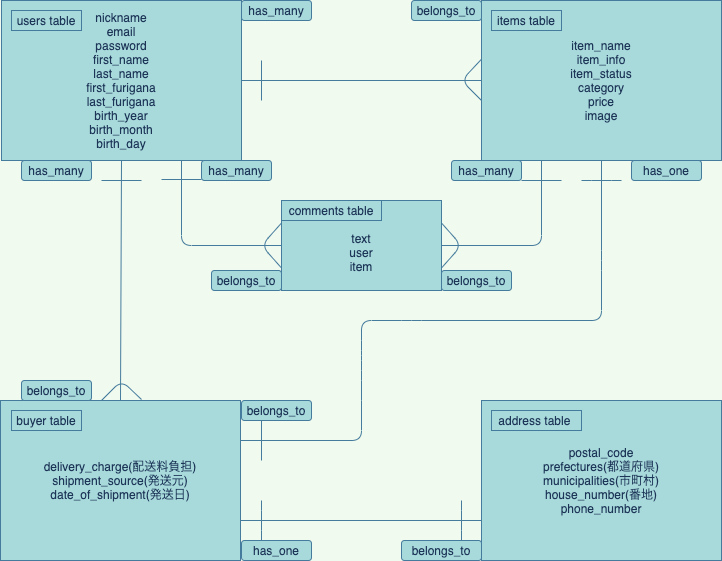
Earlier version of the draw.io export furima_ER.drawio.png (Catastor/furima-30441). Source tidied: cells renumbered, new cells last; positions are measured from the earlier drawing's top-left corner, leaving out a move shared by most shapes.
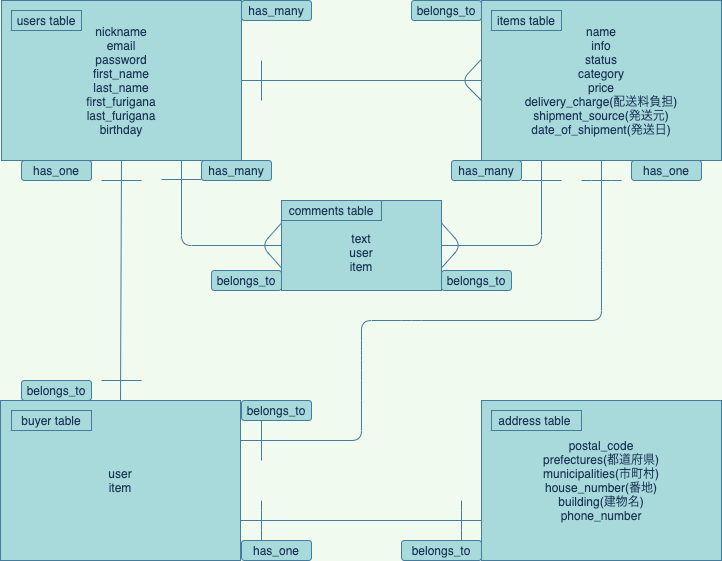
Above is the later version.

Diff of the diagram source:
```diff
@@ -2,10 +2,10 @@
   <root>
     <mxCell id="0" />
     <mxCell id="1" parent="0" />
-    <mxCell id="2" value="nickname&lt;br&gt;email&lt;br&gt;password&lt;br&gt;first_name&lt;br&gt;last_name&lt;br&gt;first_furigana&lt;br&gt;last_furigana&lt;br&gt;birth_year&lt;br&gt;birth_month&lt;br&gt;birth_day" style="rounded=0;whiteSpace=wrap;html=1;fillColor=#A8DADC;strokeColor=#457B9D;fontColor=#1D3557;" parent="1" vertex="1">
+    <mxCell id="2" value="nickname&lt;br&gt;email&lt;br&gt;password&lt;br&gt;first_name&lt;br&gt;last_name&lt;br&gt;first_furigana&lt;br&gt;last_furigana&lt;br&gt;birthday" style="rounded=0;whiteSpace=wrap;html=1;fillColor=#A8DADC;strokeColor=#457B9D;fontColor=#1D3557;" parent="1" vertex="1">
       <mxGeometry x="1" width="240" height="160" as="geometry" />
     </mxCell>
-    <mxCell id="3" value="item_name&lt;br&gt;item_info&lt;br&gt;item_status&lt;br&gt;category&lt;br&gt;price&lt;br&gt;image" style="rounded=0;whiteSpace=wrap;html=1;fillColor=#A8DADC;strokeColor=#457B9D;fontColor=#1D3557;" parent="1" vertex="1">
+    <mxCell id="3" value="name&lt;br&gt;info&lt;br&gt;status&lt;br&gt;category&lt;br&gt;price&lt;br&gt;delivery_charge(配送料負担)&lt;br&gt;shipment_source(発送元)&lt;br&gt;date_of_shipment(発送日)" style="rounded=0;whiteSpace=wrap;html=1;fillColor=#A8DADC;strokeColor=#457B9D;fontColor=#1D3557;" parent="1" vertex="1">
       <mxGeometry x="481" width="240" height="160" as="geometry" />
     </mxCell>
     <mxCell id="4" style="endArrow=none;html=1;exitX=1;exitY=0.5;exitDx=0;exitDy=0;entryX=0;entryY=0.5;entryDx=0;entryDy=0;labelBackgroundColor=#F1FAEE;strokeColor=#457B9D;fontColor=#1D3557;" parent="1" edge="1" source="2" target="3">
@@ -14,10 +14,10 @@
     <mxCell id="5" value="&lt;br&gt;text&lt;br&gt;user&lt;br&gt;item" style="rounded=0;whiteSpace=wrap;html=1;fillColor=#A8DADC;strokeColor=#457B9D;fontColor=#1D3557;" parent="1" vertex="1">
       <mxGeometry x="281" y="200" width="160" height="90" as="geometry" />
     </mxCell>
-    <mxCell id="6" value="postal_code&lt;br&gt;prefectures(都道府県)&lt;br&gt;municipalities(市町村)&lt;br&gt;house_number(番地)&lt;br&gt;phone_number" style="rounded=0;whiteSpace=wrap;html=1;fillColor=#A8DADC;strokeColor=#457B9D;fontColor=#1D3557;" parent="1" vertex="1">
+    <mxCell id="6" value="postal_code&lt;br&gt;prefectures(都道府県)&lt;br&gt;municipalities(市町村)&lt;br&gt;house_number(番地)&lt;br&gt;building(建物名)&lt;br&gt;phone_number" style="rounded=0;whiteSpace=wrap;html=1;fillColor=#A8DADC;strokeColor=#457B9D;fontColor=#1D3557;" parent="1" vertex="1">
       <mxGeometry x="481" y="400" width="240" height="160" as="geometry" />
     </mxCell>
-    <mxCell id="7" value="delivery_charge(配送料負担)&lt;br&gt;shipment_source(発送元)&lt;br&gt;date_of_shipment(発送日)" style="rounded=0;whiteSpace=wrap;html=1;fillColor=#A8DADC;strokeColor=#457B9D;fontColor=#1D3557;" parent="1" vertex="1">
+    <mxCell id="7" value="user&lt;br&gt;item" style="rounded=0;whiteSpace=wrap;html=1;fillColor=#A8DADC;strokeColor=#457B9D;fontColor=#1D3557;" parent="1" vertex="1">
       <mxGeometry y="400" width="240" height="160" as="geometry" />
     </mxCell>
     <mxCell id="8" style="endArrow=none;html=1;exitX=0.5;exitY=1;exitDx=0;exitDy=0;entryX=0.5;entryY=0;entryDx=0;entryDy=0;labelBackgroundColor=#F1FAEE;strokeColor=#457B9D;fontColor=#1D3557;" parent="1" edge="1" source="2" target="7">
@@ -65,7 +65,7 @@
     <mxCell id="14" value="has_many" style="rounded=1;whiteSpace=wrap;html=1;fillColor=#A8DADC;strokeColor=#457B9D;fontColor=#1D3557;" parent="1" vertex="1">
       <mxGeometry x="241" width="70" height="20" as="geometry" />
     </mxCell>
-    <mxCell id="15" value="has_many" style="rounded=1;whiteSpace=wrap;html=1;fillColor=#A8DADC;strokeColor=#457B9D;fontColor=#1D3557;" parent="1" vertex="1">
+    <mxCell id="15" value="has_one" style="rounded=1;whiteSpace=wrap;html=1;fillColor=#A8DADC;strokeColor=#457B9D;fontColor=#1D3557;" parent="1" vertex="1">
       <mxGeometry x="21" y="160" width="70" height="20" as="geometry" />
     </mxCell>
     <mxCell id="16" value="belongs_to" style="rounded=1;whiteSpace=wrap;html=1;fillColor=#A8DADC;strokeColor=#457B9D;fontColor=#1D3557;" parent="1" vertex="1">
@@ -97,15 +97,6 @@
         <mxPoint x="561" y="180" as="targetPoint" />
       </mxGeometry>
     </mxCell>
-    <mxCell id="21" style="endArrow=none;html=1;labelBackgroundColor=#F1FAEE;strokeColor=#457B9D;fontColor=#1D3557;" parent="1" edge="1">
-      <mxGeometry relative="1" as="geometry">
-        <mxPoint x="101" y="400" as="sourcePoint" />
-        <mxPoint x="141" y="399" as="targetPoint" />
-        <Array as="points">
-          <mxPoint x="121" y="380" />
-        </Array>
-      </mxGeometry>
-    </mxCell>
     <mxCell id="22" style="endArrow=none;html=1;exitX=-0.002;exitY=0.37;exitDx=0;exitDy=0;exitPerimeter=0;labelBackgroundColor=#F1FAEE;strokeColor=#457B9D;fontColor=#1D3557;" parent="1" edge="1" source="3">
       <mxGeometry relative="1" as="geometry">
         <mxPoint x="481" y="100" as="targetPoint" />
@@ -192,7 +183,7 @@
       <mxGeometry x="491" y="10" width="70" height="20" as="geometry" />
     </mxCell>
     <mxCell id="40" value="buyer table" style="rounded=0;whiteSpace=wrap;html=1;fillColor=#A8DADC;strokeColor=#457B9D;fontColor=#1D3557;" parent="1" vertex="1">
-      <mxGeometry x="11" y="410" width="70" height="20" as="geometry" />
+      <mxGeometry x="11" y="410" width="80" height="20" as="geometry" />
     </mxCell>
     <mxCell id="41" value="address table&amp;nbsp;" style="rounded=0;whiteSpace=wrap;html=1;fillColor=#A8DADC;strokeColor=#457B9D;fontColor=#1D3557;" parent="1" vertex="1">
       <mxGeometry x="491" y="410" width="90" height="20" as="geometry" />
@@ -200,5 +191,11 @@
     <mxCell id="42" value="comments table" style="rounded=0;whiteSpace=wrap;html=1;fillColor=#A8DADC;strokeColor=#457B9D;fontColor=#1D3557;" parent="1" vertex="1">
       <mxGeometry x="281" y="200" width="100" height="20" as="geometry" />
     </mxCell>
+    <mxCell id="43" style="endArrow=none;html=1;labelBackgroundColor=#F1FAEE;strokeColor=#457B9D;fontColor=#1D3557;" parent="1" edge="1">
+      <mxGeometry relative="1" as="geometry">
+        <mxPoint x="101" y="380" as="sourcePoint" />
+        <mxPoint x="141" y="380" as="targetPoint" />
+      </mxGeometry>
+    </mxCell>
   </root>
 </mxGraphModel>
```
